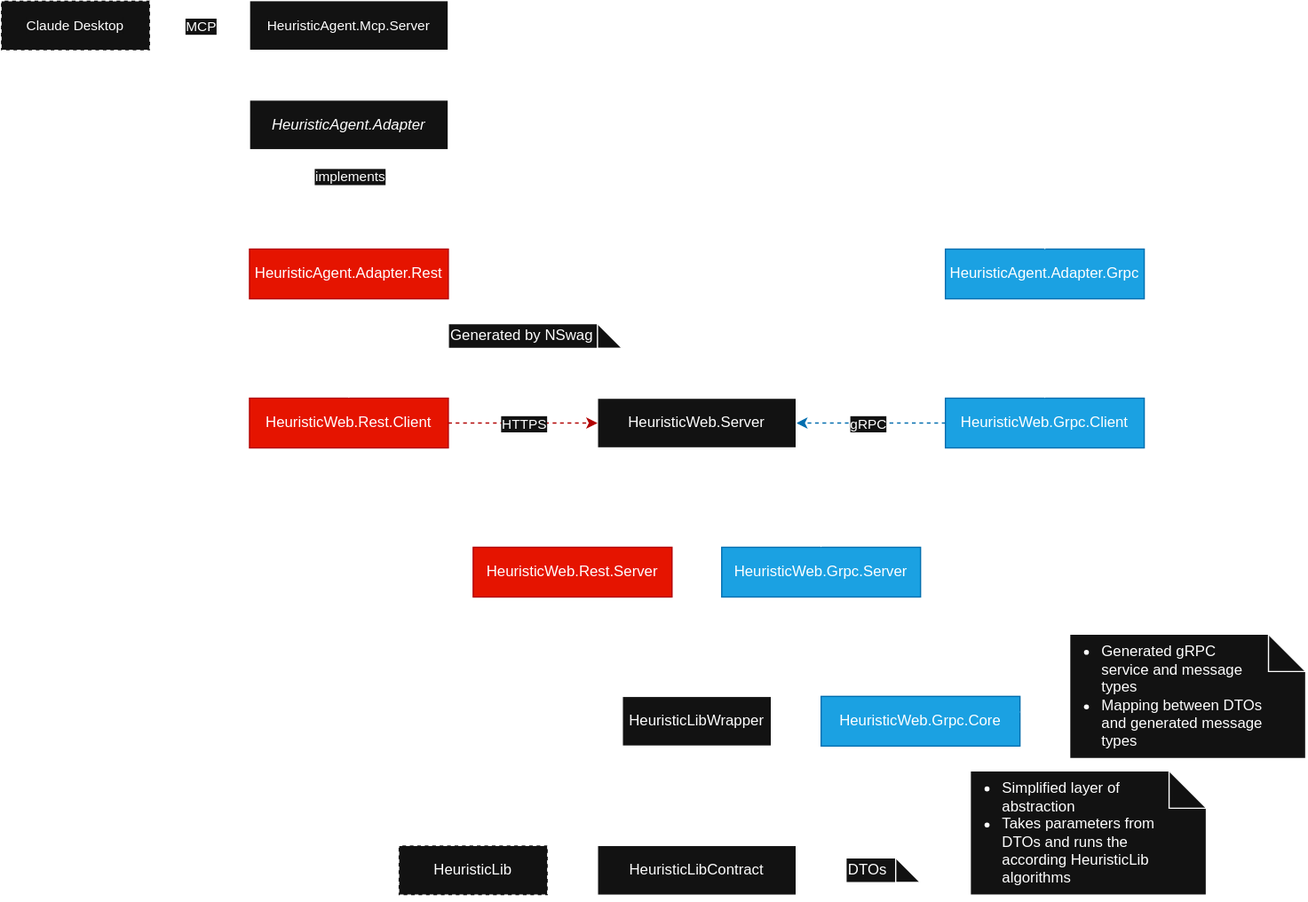
Before: docs/img/architecture.svg, a diagram exported from draw.io (prescriptiveanalytics/aisra). Source tidied: cells renumbered, new cells last; positions are measured from the earlier drawing's top-left corner, leaving out a move shared by most shapes.
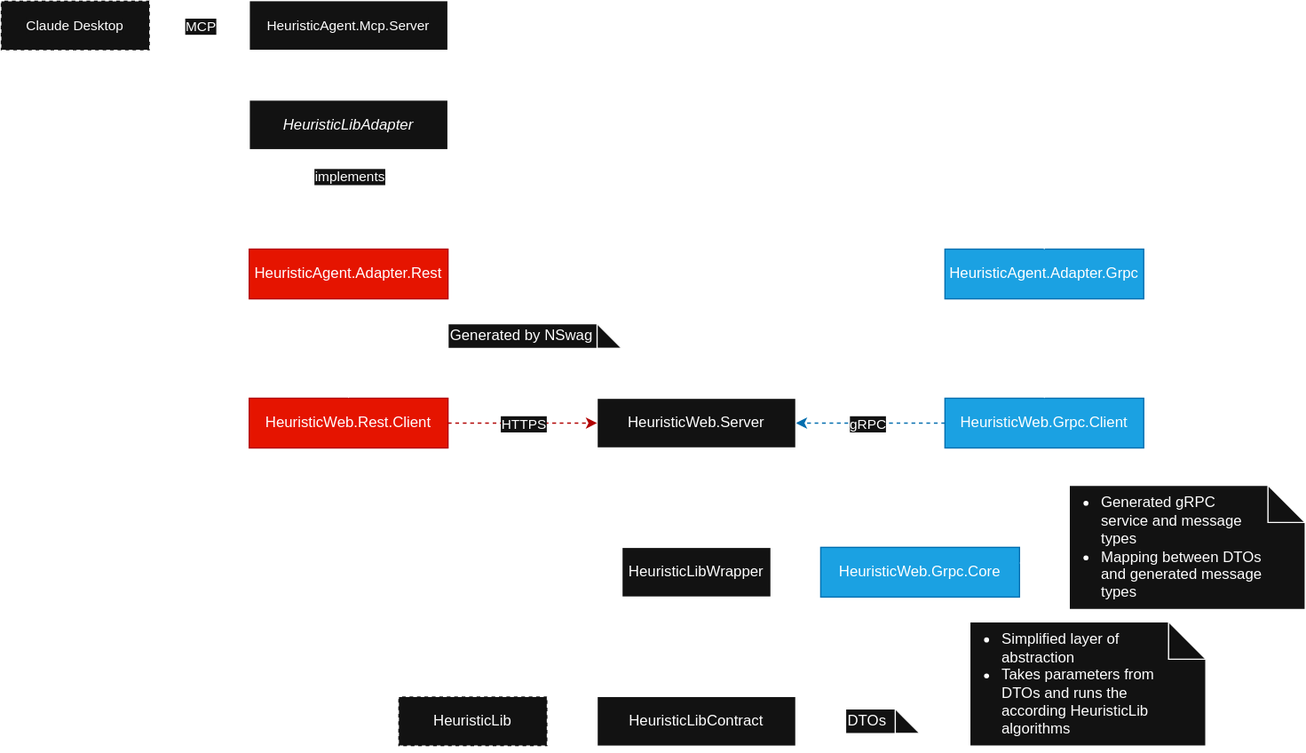
After the change.

What changed in the source:
```diff
@@ -9,22 +9,22 @@
       <mxGeometry relative="1" as="geometry" />
     </mxCell>
     <mxCell id="4" value="HeuristicLibWrapper" style="rounded=0;whiteSpace=wrap;html=1;fillColor=default;" parent="1" vertex="1">
-      <mxGeometry x="500" y="560" width="120" height="40" as="geometry" />
+      <mxGeometry x="500" y="440" width="120" height="40" as="geometry" />
     </mxCell>
     <mxCell id="5" style="edgeStyle=orthogonalEdgeStyle;shape=connector;curved=1;rounded=0;jettySize=auto;html=1;exitX=0;exitY=0.5;exitDx=0;exitDy=0;entryX=0.5;entryY=1;entryDx=0;entryDy=0;dashed=1;strokeColor=default;align=center;verticalAlign=middle;fontFamily=Helvetica;fontSize=11;fontColor=default;labelBackgroundColor=default;endArrow=block;endFill=0;" parent="1" edge="1" source="4" target="36">
       <mxGeometry relative="1" as="geometry">
         <Array as="points">
-          <mxPoint x="180" y="580" />
+          <mxPoint x="180" y="460" />
           <mxPoint x="180" y="160" />
           <mxPoint x="280" y="160" />
         </Array>
       </mxGeometry>
     </mxCell>
     <mxCell id="6" value="HeuristicLib" style="rounded=0;whiteSpace=wrap;html=1;fillColor=default;dashed=1;" parent="1" vertex="1">
-      <mxGeometry x="320" y="680" width="120" height="40" as="geometry" />
+      <mxGeometry x="320" y="560" width="120" height="40" as="geometry" />
     </mxCell>
     <mxCell id="7" value="HeuristicLibContract" style="rounded=0;whiteSpace=wrap;html=1;fillColor=default;" parent="1" vertex="1">
-      <mxGeometry x="480" y="680" width="160" height="40" as="geometry" />
+      <mxGeometry x="480" y="560" width="160" height="40" as="geometry" />
     </mxCell>
     <mxCell id="8" style="edgeStyle=orthogonalEdgeStyle;shape=connector;curved=1;rounded=0;jettySize=auto;html=1;dashed=1;strokeColor=#006EAF;align=center;verticalAlign=middle;fontFamily=Helvetica;fontSize=11;fontColor=default;labelBackgroundColor=default;endArrow=classic;endFill=1;fillColor=#1ba1e2;" parent="1" edge="1" source="11" target="25">
       <mxGeometry relative="1" as="geometry" />
@@ -35,64 +35,44 @@
       </mxGeometry>
     </mxCell>
     <mxCell id="10" style="edgeStyle=orthogonalEdgeStyle;shape=connector;curved=1;rounded=0;jettySize=auto;html=1;exitX=0.5;exitY=1;exitDx=0;exitDy=0;entryX=0.5;entryY=0;entryDx=0;entryDy=0;strokeColor=default;align=center;verticalAlign=middle;fontFamily=Helvetica;fontSize=11;fontColor=default;labelBackgroundColor=default;endArrow=classic;" parent="1" edge="1" source="11" target="16">
-      <mxGeometry relative="1" as="geometry">
-        <Array as="points">
-          <mxPoint x="840" y="520" />
-          <mxPoint x="740" y="520" />
-        </Array>
-      </mxGeometry>
+      <mxGeometry relative="1" as="geometry" />
     </mxCell>
     <mxCell id="11" value="HeuristicWeb.Grpc.Client" style="rounded=0;whiteSpace=wrap;html=1;fillColor=#1ba1e2;fontColor=#ffffff;strokeColor=#006EAF;" parent="1" vertex="1">
       <mxGeometry x="760" y="320" width="160" height="40" as="geometry" />
     </mxCell>
-    <mxCell id="12" style="edgeStyle=orthogonalEdgeStyle;rounded=0;jettySize=auto;html=1;curved=1;entryX=0.5;entryY=0;entryDx=0;entryDy=0;exitX=0.5;exitY=1;exitDx=0;exitDy=0;" parent="1" edge="1" source="14" target="16">
+    <mxCell id="12" style="edgeStyle=orthogonalEdgeStyle;rounded=0;jettySize=auto;html=1;curved=1;entryX=0.5;entryY=0;entryDx=0;entryDy=0;exitX=0.5;exitY=1;exitDx=0;exitDy=0;" parent="1" edge="1" source="25" target="16">
       <mxGeometry relative="1" as="geometry" />
     </mxCell>
-    <mxCell id="13" style="edgeStyle=orthogonalEdgeStyle;rounded=0;jettySize=auto;html=1;curved=1;exitX=0.5;exitY=1;exitDx=0;exitDy=0;entryX=0.5;entryY=0;entryDx=0;entryDy=0;" parent="1" edge="1" source="14" target="4">
-      <mxGeometry relative="1" as="geometry" />
-    </mxCell>
-    <mxCell id="14" value="HeuristicWeb.Grpc.Server" style="rounded=0;whiteSpace=wrap;html=1;fillColor=#1ba1e2;fontColor=#ffffff;strokeColor=#006EAF;" parent="1" vertex="1">
-      <mxGeometry x="580" y="440" width="160" height="40" as="geometry" />
-    </mxCell>
     <mxCell id="15" style="edgeStyle=orthogonalEdgeStyle;rounded=0;jettySize=auto;html=1;curved=1;exitX=0.5;exitY=1;exitDx=0;exitDy=0;entryX=0.5;entryY=0;entryDx=0;entryDy=0;" parent="1" edge="1" source="16" target="7">
       <mxGeometry relative="1" as="geometry" />
     </mxCell>
     <mxCell id="16" value="HeuristicWeb.Grpc.Core" style="rounded=0;whiteSpace=wrap;html=1;fillColor=#1ba1e2;fontColor=#ffffff;strokeColor=#006EAF;" parent="1" vertex="1">
-      <mxGeometry x="660" y="560" width="160" height="40" as="geometry" />
+      <mxGeometry x="660" y="440" width="160" height="40" as="geometry" />
     </mxCell>
     <mxCell id="17" style="rounded=0;jettySize=auto;html=1;endArrow=none;endFill=0;dashed=1;dashPattern=1 4;" parent="1" edge="1" source="18" target="16">
       <mxGeometry relative="1" as="geometry" />
     </mxCell>
     <mxCell id="18" value="&lt;ul&gt;&lt;li&gt;Generated gRPC service and message types&lt;/li&gt;&lt;li&gt;Mapping between DTOs and generated message types&lt;/li&gt;&lt;/ul&gt;" style="shape=note;whiteSpace=wrap;html=1;backgroundOutline=1;darkOpacity=0.05;align=left;spacingLeft=-16;spacingRight=32;" parent="1" vertex="1">
-      <mxGeometry x="860" y="510" width="190" height="100" as="geometry" />
+      <mxGeometry x="860" y="390" width="190" height="100" as="geometry" />
     </mxCell>
     <mxCell id="19" style="rounded=0;jettySize=auto;html=1;endArrow=none;endFill=0;dashed=1;dashPattern=1 4;" parent="1" edge="1" source="20" target="7">
       <mxGeometry relative="1" as="geometry" />
     </mxCell>
     <mxCell id="20" value="DTOs" style="shape=note;whiteSpace=wrap;html=1;backgroundOutline=1;darkOpacity=0.05;align=left;" parent="1" vertex="1">
-      <mxGeometry x="680" y="690" width="60" height="20" as="geometry" />
+      <mxGeometry x="680" y="570" width="60" height="20" as="geometry" />
     </mxCell>
     <mxCell id="21" style="rounded=0;jettySize=auto;html=1;dashed=1;endArrow=none;endFill=0;dashPattern=1 4;" parent="1" edge="1" source="22" target="4">
       <mxGeometry relative="1" as="geometry" />
     </mxCell>
     <mxCell id="22" value="&lt;ul&gt;&lt;li&gt;Simplified layer of abstraction&lt;/li&gt;&lt;li&gt;Takes parameters from DTOs and runs the according HeuristicLib algorithms&lt;/li&gt;&lt;/ul&gt;" style="shape=note;whiteSpace=wrap;html=1;backgroundOutline=1;darkOpacity=0.05;align=left;spacingRight=32;spacingLeft=-16;" parent="1" vertex="1">
-      <mxGeometry x="780" y="620" width="190" height="100" as="geometry" />
+      <mxGeometry x="780" y="500" width="190" height="100" as="geometry" />
     </mxCell>
-    <mxCell id="23" style="edgeStyle=orthogonalEdgeStyle;shape=connector;curved=1;rounded=0;jettySize=auto;html=1;strokeColor=default;align=center;verticalAlign=middle;fontFamily=Helvetica;fontSize=11;fontColor=default;labelBackgroundColor=default;endArrow=classic;exitX=0.5;exitY=1;exitDx=0;exitDy=0;entryX=0.5;entryY=0;entryDx=0;entryDy=0;" parent="1" edge="1" source="25" target="27">
+    <mxCell id="23" style="edgeStyle=orthogonalEdgeStyle;shape=connector;curved=1;rounded=0;jettySize=auto;html=1;strokeColor=default;align=center;verticalAlign=middle;fontFamily=Helvetica;fontSize=11;fontColor=default;labelBackgroundColor=default;endArrow=classic;exitX=0.5;exitY=1;exitDx=0;exitDy=0;entryX=0.5;entryY=0;entryDx=0;entryDy=0;" parent="1" edge="1" source="25" target="4">
       <mxGeometry relative="1" as="geometry" />
     </mxCell>
-    <mxCell id="24" style="edgeStyle=orthogonalEdgeStyle;shape=connector;curved=1;rounded=0;jettySize=auto;html=1;exitX=0.5;exitY=1;exitDx=0;exitDy=0;entryX=0.5;entryY=0;entryDx=0;entryDy=0;strokeColor=default;align=center;verticalAlign=middle;fontFamily=Helvetica;fontSize=11;fontColor=default;labelBackgroundColor=default;endArrow=classic;" parent="1" edge="1" source="25" target="14">
-      <mxGeometry relative="1" as="geometry" />
-    </mxCell>
     <mxCell id="25" value="HeuristicWeb.Server" style="rounded=0;whiteSpace=wrap;html=1;fillColor=default;" parent="1" vertex="1">
       <mxGeometry x="480" y="320" width="160" height="40" as="geometry" />
     </mxCell>
-    <mxCell id="26" style="edgeStyle=orthogonalEdgeStyle;shape=connector;curved=1;rounded=0;jettySize=auto;html=1;exitX=0.5;exitY=1;exitDx=0;exitDy=0;entryX=0.5;entryY=0;entryDx=0;entryDy=0;strokeColor=default;align=center;verticalAlign=middle;fontFamily=Helvetica;fontSize=11;fontColor=default;labelBackgroundColor=default;endArrow=classic;" parent="1" edge="1" source="27" target="4">
-      <mxGeometry relative="1" as="geometry" />
-    </mxCell>
-    <mxCell id="27" value="HeuristicWeb.Rest.Server" style="rounded=0;whiteSpace=wrap;html=1;fillColor=#e51400;strokeColor=#B20000;fontColor=#ffffff;" parent="1" vertex="1">
-      <mxGeometry x="380" y="440" width="160" height="40" as="geometry" />
-    </mxCell>
     <mxCell id="28" style="edgeStyle=orthogonalEdgeStyle;shape=connector;curved=1;rounded=0;jettySize=auto;html=1;dashed=1;strokeColor=#B20000;align=center;verticalAlign=middle;fontFamily=Helvetica;fontSize=11;fontColor=default;labelBackgroundColor=default;endArrow=classic;endFill=1;fillColor=#e51400;" parent="1" edge="1" source="31" target="25">
       <mxGeometry relative="1" as="geometry" />
     </mxCell>
@@ -104,8 +84,8 @@
     <mxCell id="30" style="edgeStyle=orthogonalEdgeStyle;shape=connector;curved=1;rounded=0;jettySize=auto;html=1;exitX=0.5;exitY=1;exitDx=0;exitDy=0;entryX=0.5;entryY=0;entryDx=0;entryDy=0;strokeColor=default;align=center;verticalAlign=middle;fontFamily=Helvetica;fontSize=11;fontColor=default;labelBackgroundColor=default;endArrow=classic;" parent="1" edge="1" source="31" target="7">
       <mxGeometry relative="1" as="geometry">
         <Array as="points">
-          <mxPoint x="280" y="620" />
-          <mxPoint x="560" y="620" />
+          <mxPoint x="280" y="500" />
+          <mxPoint x="560" y="500" />
         </Array>
       </mxGeometry>
     </mxCell>
@@ -124,7 +104,7 @@
     <mxCell id="35" value="HeuristicAgent.Mcp.Server" style="rounded=0;whiteSpace=wrap;html=1;fontFamily=Helvetica;fontSize=11;fontColor=default;labelBackgroundColor=default;" parent="1" vertex="1">
       <mxGeometry x="200" width="160" height="40" as="geometry" />
     </mxCell>
-    <mxCell id="36" value="&lt;i&gt;HeuristicAgent.Adapter&lt;/i&gt;" style="rounded=0;whiteSpace=wrap;html=1;fillColor=default;" parent="1" vertex="1">
+    <mxCell id="36" value="&lt;i&gt;HeuristicLibAdapter&lt;/i&gt;" style="rounded=0;whiteSpace=wrap;html=1;fillColor=default;" parent="1" vertex="1">
       <mxGeometry x="200" y="80" width="160" height="40" as="geometry" />
     </mxCell>
     <mxCell id="37" style="edgeStyle=orthogonalEdgeStyle;shape=connector;curved=1;rounded=0;jettySize=auto;html=1;exitX=0.5;exitY=0;exitDx=0;exitDy=0;entryX=0.5;entryY=1;entryDx=0;entryDy=0;strokeColor=default;align=center;verticalAlign=middle;fontFamily=Helvetica;fontSize=11;fontColor=default;labelBackgroundColor=default;endArrow=block;endFill=0;dashed=1;" parent="1" edge="1" source="39" target="36">
```
